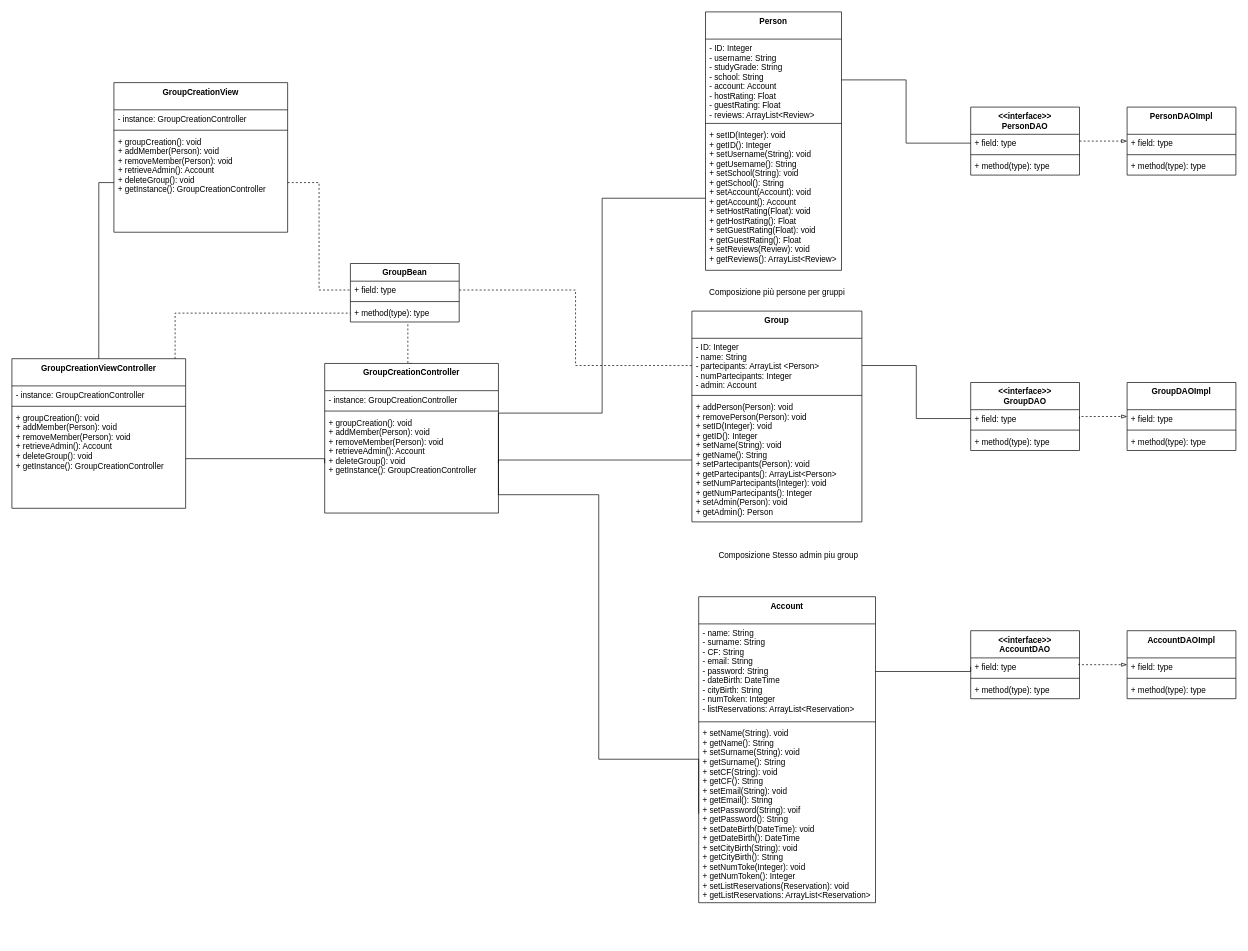
Above: Deliverables/Design Level Class Diagram/DLCD Create Study Group Dalena.drawio in nic-agos/DoveStudi (draw.io), before the change. Source tidied: cells renumbered, new cells numbered last; positions are measured from the earlier drawing's top-left corner, leaving out a move shared by most shapes. Both pictures are drawn from the tidied source at 68%, with x=0, y=0 at pixel (12, 12).
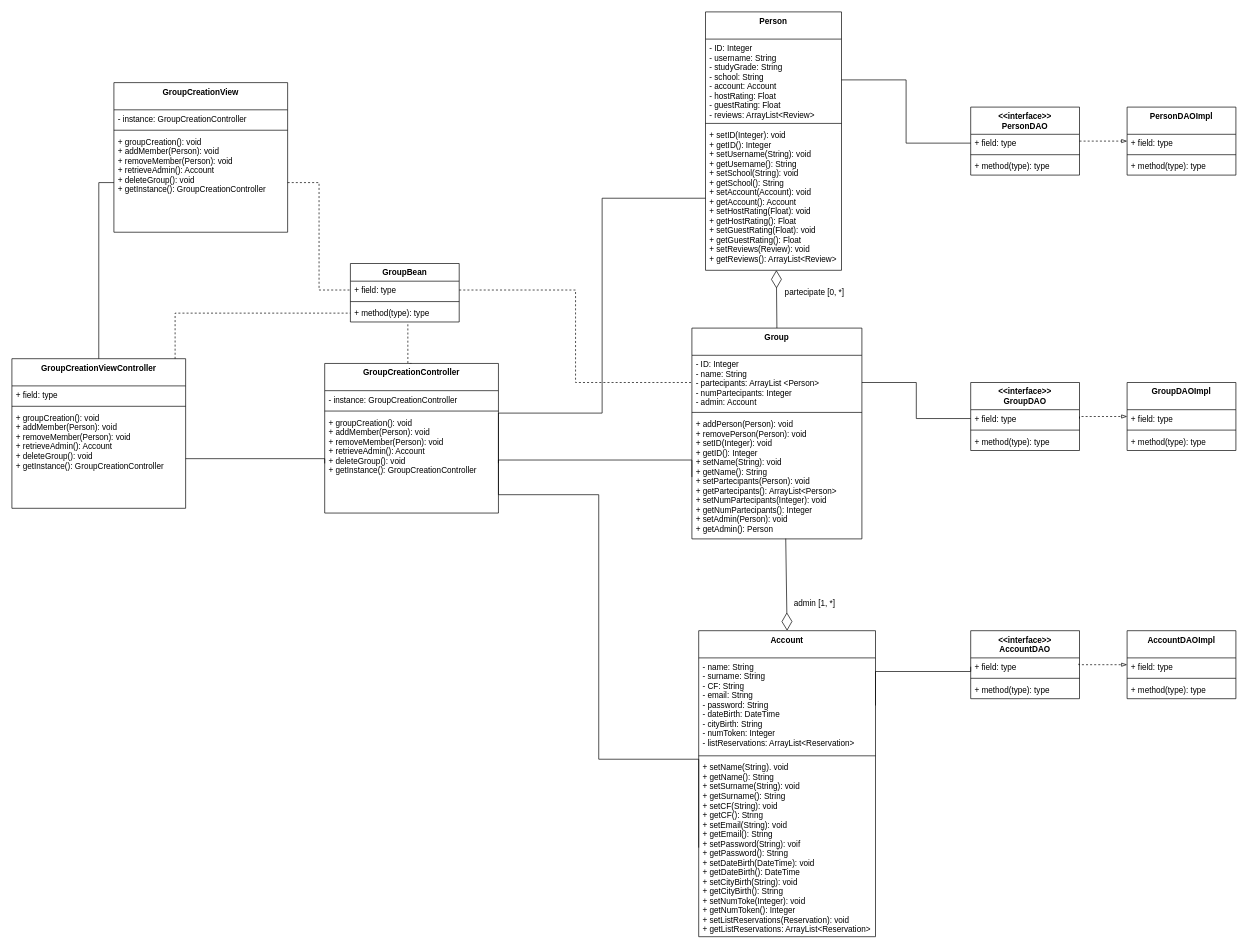
After the change.

Unchanged cells that the change refers to:
```xml
<mxCell id="9" value="+ addPerson(Person): void&#10;+ removePerson(Person): void&#10;+ setID(Integer): void&#10;+ getID(): Integer&#10;+ setName(String): void&#10;+ getName(): String&#10;+ setPartecipants(Person): void&#10;+ getPartecipants(): ArrayList&lt;Person&gt;&#10;+ setNumPartecipants(Integer): void&#10;+ getNumPartecipants(): Integer&#10;+ setAdmin(Person): void&#10;+ getAdmin(): Person" style="text;strokeColor=none;fillColor=none;align=left;verticalAlign=top;spacingLeft=4;spacingRight=4;overflow=hidden;points=[[0,0.5],[1,0.5]];portConstraint=eastwest;" parent="6" vertex="1">
  <mxGeometry y="128" width="250" height="182" as="geometry" />
</mxCell>
<mxCell id="13" value="+ setID(Integer): void&#10;+ getID(): Integer&#10;+ setUsername(String): void&#10;+ getUsername(): String&#10;+ setSchool(String): void&#10;+ getSchool(): String&#10;+ setAccount(Account): void&#10;+ getAccount(): Account&#10;+ setHostRating(Float): void&#10;+ getHostRating(): Float&#10;+ setGuestRating(Float): void&#10;+ getGuestRating(): Float&#10;+ setReviews(Review): void&#10;+ getReviews(): ArrayList&lt;Review&gt;" style="text;strokeColor=none;fillColor=none;align=left;verticalAlign=top;spacingLeft=4;spacingRight=4;overflow=hidden;points=[[0,0.5],[1,0.5]];portConstraint=eastwest;" parent="10" vertex="1">
  <mxGeometry y="168" width="200" height="212" as="geometry" />
</mxCell>
<mxCell id="55" value="GroupCreationViewController" style="swimlane;fontStyle=1;align=center;verticalAlign=top;horizontal=1;startSize=40;" parent="1" vertex="1">
  <mxGeometry y="510" width="255.5" height="220" as="geometry" />
</mxCell>
```

Diff of the diagram source:
```diff
@@
     <mxCell id="2" value="Account" style="swimlane;fontStyle=1;align=center;verticalAlign=top;horizontal=1;startSize=40;" parent="1" vertex="1">
-      <mxGeometry x="1010" y="860" width="260" height="450" as="geometry" />
+      <mxGeometry x="1010" y="910" width="260" height="450" as="geometry" />
     </mxCell>
@@
     <mxCell id="6" value="Group" style="swimlane;fontStyle=1;align=center;verticalAlign=top;horizontal=1;startSize=40;" parent="1" vertex="1">
-      <mxGeometry x="1000" y="440" width="250" height="310" as="geometry" />
+      <mxGeometry x="1000" y="465" width="250" height="310" as="geometry" />
     </mxCell>
@@
-    <mxCell id="56" value="- instance: GroupCreationController" style="text;strokeColor=none;fillColor=none;align=left;verticalAlign=top;spacingLeft=4;spacingRight=4;overflow=hidden;" parent="55" vertex="1">
+    <mxCell id="56" value="+ field: type" style="text;strokeColor=none;fillColor=none;align=left;verticalAlign=top;spacingLeft=4;spacingRight=4;overflow=hidden;" parent="55" vertex="1">
       <mxGeometry y="40" width="255.5" height="26" as="geometry" />
     </mxCell>
@@
-    <mxCell id="69" value="&amp;nbsp;Composizione Stesso admin piu group" style="text;html=1;align=center;verticalAlign=middle;" parent="1" vertex="1">
-      <mxGeometry x="1030" y="790" width="220" height="20" as="geometry" />
-    </mxCell>
-    <mxCell id="70" value="Composizione più persone per gruppi" style="text;html=1;align=center;verticalAlign=middle;" parent="1" vertex="1">
-      <mxGeometry x="1020" y="403" width="210" height="20" as="geometry" />
-    </mxCell>
+    <mxCell id="71" style="endArrow=diamondThin;endFill=0;endSize=24;html=1;exitX=0.552;exitY=0.998;exitDx=0;exitDy=0;exitPerimeter=0;entryX=0.5;entryY=0;entryDx=0;entryDy=0;" parent="1" edge="1" source="9" target="2">
+      <mxGeometry relative="1" as="geometry" />
+    </mxCell>
+    <mxCell id="72" style="endArrow=diamondThin;endFill=0;endSize=24;html=1;entryX=0.521;entryY=0.999;entryDx=0;entryDy=0;entryPerimeter=0;exitX=0.5;exitY=0;exitDx=0;exitDy=0;" parent="1" edge="1" source="6" target="13">
+      <mxGeometry relative="1" as="geometry" />
+    </mxCell>
+    <mxCell id="73" value="admin [1, *]" style="text;html=1;align=center;verticalAlign=middle;" parent="1" vertex="1">
+      <mxGeometry x="1140" y="860" width="80" height="20" as="geometry" />
+    </mxCell>
+    <mxCell id="74" value="partecipate [0, *]" style="text;html=1;align=center;verticalAlign=middle;" parent="1" vertex="1">
+      <mxGeometry x="1130" y="403" width="100" height="20" as="geometry" />
+    </mxCell>
```
